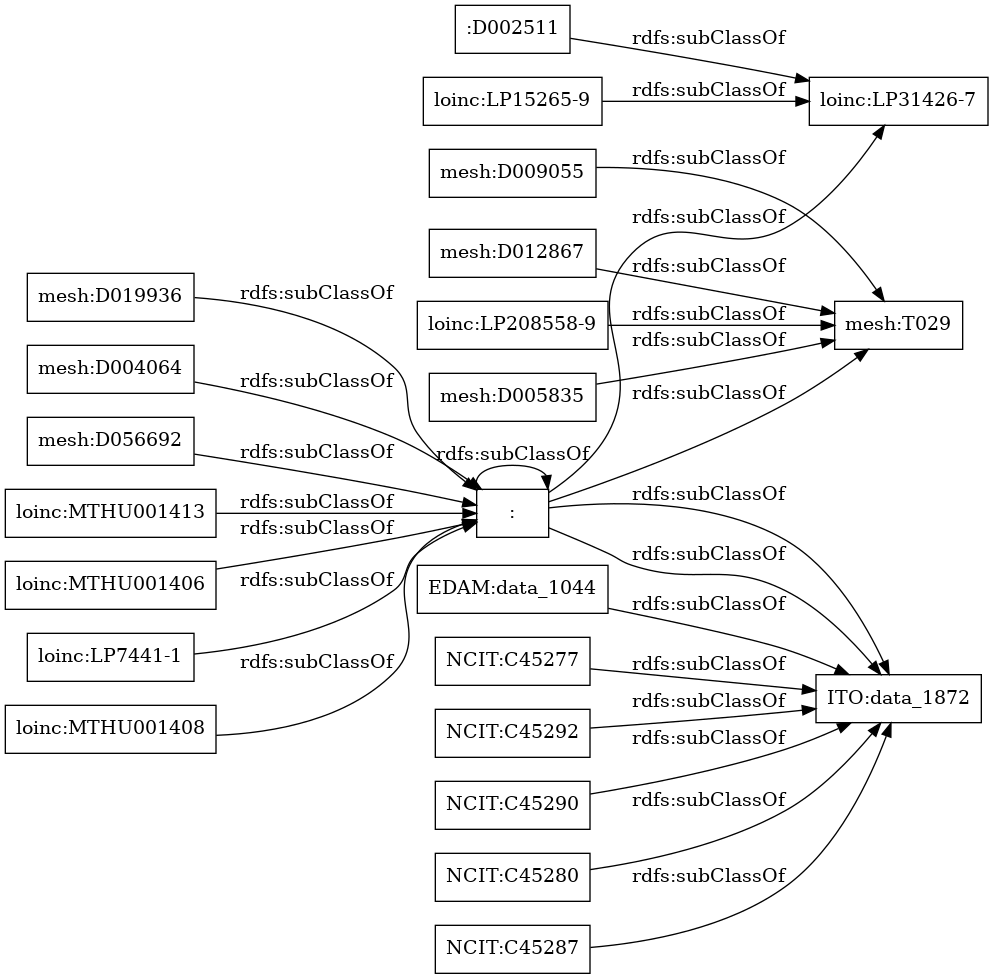
This is OnToology/Micronto.ttl/diagrams/ar2dtool-taxonomy/Micronto.ttl.png from Aberdur/Micronto, a Graphviz export, as it was before one commit. Its source is kept beside it as OnToology/Micronto.ttl/diagrams/ar2dtool-taxonomy/Micronto.ttl.png.dot.
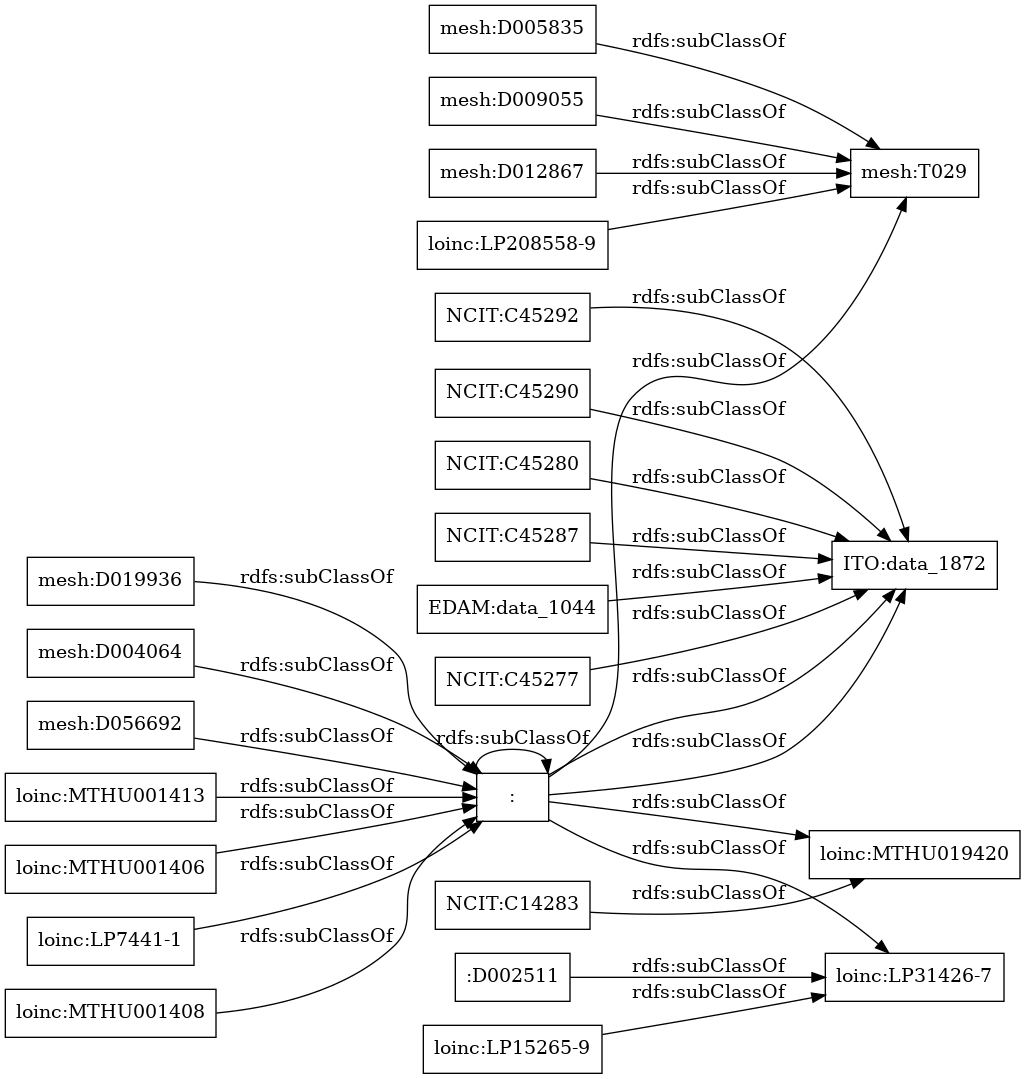
After the change.

Diff of the diagram source:
```diff
@@ -1,7 +1,8 @@
 digraph ar2dtool_diagram {
 rankdir=LR;
 size="1000"
-node [shape = rectangle, color="black"]; ":D002511" ":" "NCIT:C45292" ":" ":" ":" "mesh:T029" "loinc:LP31426-7" ":" "mesh:D019936" ":" "NCIT:C45290" "mesh:D004064" ":" "mesh:D056692" "loinc:MTHU001413" "mesh:D012867" ":" "NCIT:C45280" "loinc:MTHU001406" "loinc:LP7441-1" ":" ":" "NCIT:C45287" "ITO:data_1872" ":" ":" "EDAM:data_1044" ":" ":" "loinc:LP15265-9" "loinc:LP208558-9" "mesh:D005835" ":" "loinc:MTHU001408" "mesh:D009055" "NCIT:C45277" ; /*classes style*/
+node [shape = rectangle, color="black"]; ":D002511" ":" "NCIT:C45292" ":" ":" ":" "mesh:T029" "loinc:LP31426-7" "NCIT:C14283" ":" "mesh:D019936" ":" "NCIT:C45290" "mesh:D004064" ":" "mesh:D056692" "loinc:MTHU001413" "mesh:D012867" ":" "NCIT:C45280" "loinc:MTHU001406" "loinc:LP7441-1" ":" ":" "NCIT:C45287" "ITO:data_1872" "loinc:MTHU019420" ":" ":" "EDAM:data_1044" ":" ":" "loinc:LP15265-9" "loinc:LP208558-9" "mesh:D005835" ":" "loinc:MTHU001408" "mesh:D009055" "NCIT:C45277" ; /*classes style*/
+	":" -> "loinc:MTHU019420" [ label = "rdfs:subClassOf" ];
 	":" -> "loinc:LP31426-7" [ label = "rdfs:subClassOf" ];
 	"loinc:LP208558-9" -> "mesh:T029" [ label = "rdfs:subClassOf" ];
 	"loinc:MTHU001413" -> ":" [ label = "rdfs:subClassOf" ];
@@ -17,6 +18,7 @@
 	"mesh:D056692" -> ":" [ label = "rdfs:subClassOf" ];
 	"mesh:D019936" -> ":" [ label = "rdfs:subClassOf" ];
 	"mesh:D005835" -> "mesh:T029" [ label = "rdfs:subClassOf" ];
+	"NCIT:C14283" -> "loinc:MTHU019420" [ label = "rdfs:subClassOf" ];
 	"NCIT:C45287" -> "ITO:data_1872" [ label = "rdfs:subClassOf" ];
 	"NCIT:C45290" -> "ITO:data_1872" [ label = "rdfs:subClassOf" ];
 	"loinc:MTHU001406" -> ":" [ label = "rdfs:subClassOf" ];
```
